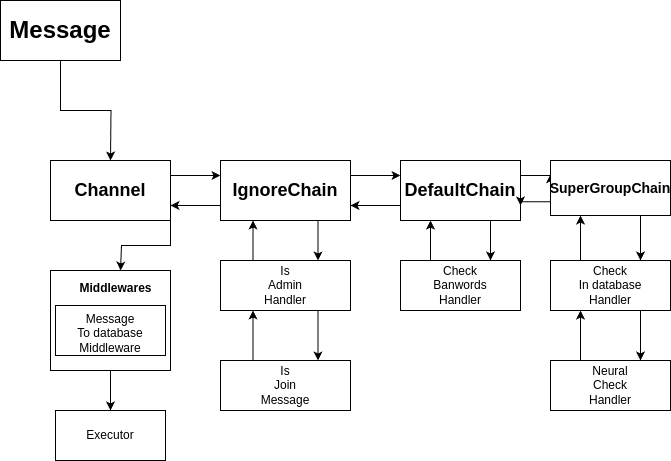
Before: architecture.drawio.png, a diagram exported from draw.io (Justiks1337/1ChatsDefender). Source tidied: cells renumbered, new cells last; positions are measured from the earlier drawing's top-left corner, leaving out a move shared by most shapes. Its diagram source:
```xml
<mxGraphModel>
  <root>
    <mxCell id="0" />
    <mxCell id="1" parent="0" />
    <mxCell id="2" style="edgeStyle=orthogonalEdgeStyle;rounded=0;jettySize=auto;html=1;exitX=0.5;exitY=1;exitDx=0;exitDy=0;" parent="1" edge="1" source="3">
      <mxGeometry relative="1" as="geometry">
        <mxPoint x="110" y="160" as="targetPoint" />
      </mxGeometry>
    </mxCell>
    <mxCell id="3" value="&lt;font style=&quot;font-size: 24px;&quot;&gt;&lt;b&gt;Message&lt;/b&gt;&lt;/font&gt;" style="rounded=0;whiteSpace=wrap;html=1;" parent="1" vertex="1">
      <mxGeometry width="120" height="60" as="geometry" />
    </mxCell>
    <mxCell id="4" style="edgeStyle=orthogonalEdgeStyle;rounded=0;jettySize=auto;html=1;exitX=1;exitY=0.25;exitDx=0;exitDy=0;entryX=0;entryY=0.25;entryDx=0;entryDy=0;" parent="1" edge="1" source="6" target="16">
      <mxGeometry relative="1" as="geometry" />
    </mxCell>
    <mxCell id="5" style="edgeStyle=orthogonalEdgeStyle;rounded=0;jettySize=auto;html=1;exitX=1;exitY=1;exitDx=0;exitDy=0;" parent="1" edge="1" source="6">
      <mxGeometry relative="1" as="geometry">
        <mxPoint x="120" y="270" as="targetPoint" />
        <Array as="points">
          <mxPoint x="170" y="245" />
          <mxPoint x="121" y="245" />
        </Array>
      </mxGeometry>
    </mxCell>
    <mxCell id="6" value="&lt;font style=&quot;font-size: 18px;&quot;&gt;&lt;b&gt;Channel&lt;/b&gt;&lt;/font&gt;" style="rounded=0;whiteSpace=wrap;html=1;" parent="1" vertex="1">
      <mxGeometry x="50" y="160" width="120" height="60" as="geometry" />
    </mxCell>
    <mxCell id="7" style="edgeStyle=orthogonalEdgeStyle;rounded=0;jettySize=auto;html=1;exitX=0.75;exitY=1;exitDx=0;exitDy=0;entryX=0.75;entryY=0;entryDx=0;entryDy=0;" parent="1" edge="1" source="10" target="12">
      <mxGeometry relative="1" as="geometry" />
    </mxCell>
    <mxCell id="8" style="edgeStyle=orthogonalEdgeStyle;rounded=0;jettySize=auto;html=1;exitX=0;exitY=0.75;exitDx=0;exitDy=0;entryX=1;entryY=0.75;entryDx=0;entryDy=0;" parent="1" edge="1" source="10" target="16">
      <mxGeometry relative="1" as="geometry" />
    </mxCell>
    <mxCell id="9" style="edgeStyle=orthogonalEdgeStyle;rounded=0;jettySize=auto;html=1;exitX=1;exitY=0.25;exitDx=0;exitDy=0;entryX=0;entryY=0.25;entryDx=0;entryDy=0;" parent="1" edge="1" source="10" target="24">
      <mxGeometry relative="1" as="geometry" />
    </mxCell>
    <mxCell id="10" value="&lt;font style=&quot;font-size: 18px;&quot;&gt;&lt;b&gt;DefaultChain&lt;/b&gt;&lt;/font&gt;" style="rounded=0;whiteSpace=wrap;html=1;" parent="1" vertex="1">
      <mxGeometry x="400" y="160" width="120" height="60" as="geometry" />
    </mxCell>
    <mxCell id="11" style="edgeStyle=orthogonalEdgeStyle;rounded=0;jettySize=auto;html=1;exitX=0.25;exitY=0;exitDx=0;exitDy=0;entryX=0.25;entryY=1;entryDx=0;entryDy=0;" parent="1" edge="1" source="12" target="10">
      <mxGeometry relative="1" as="geometry" />
    </mxCell>
    <mxCell id="12" value="Check&lt;div&gt;Banwords&lt;/div&gt;&lt;div&gt;Handler&lt;/div&gt;" style="html=1;whiteSpace=wrap;" parent="1" vertex="1">
      <mxGeometry x="400" y="260" width="120" height="50" as="geometry" />
    </mxCell>
    <mxCell id="13" style="edgeStyle=orthogonalEdgeStyle;rounded=0;jettySize=auto;html=1;exitX=0.75;exitY=1;exitDx=0;exitDy=0;entryX=0.75;entryY=0;entryDx=0;entryDy=0;" parent="1" edge="1" source="16" target="19">
      <mxGeometry relative="1" as="geometry" />
    </mxCell>
    <mxCell id="14" style="edgeStyle=orthogonalEdgeStyle;rounded=0;jettySize=auto;html=1;exitX=1;exitY=0.25;exitDx=0;exitDy=0;entryX=0;entryY=0.25;entryDx=0;entryDy=0;" parent="1" edge="1" source="16" target="10">
      <mxGeometry relative="1" as="geometry" />
    </mxCell>
    <mxCell id="15" style="edgeStyle=orthogonalEdgeStyle;rounded=0;jettySize=auto;html=1;exitX=0;exitY=0.75;exitDx=0;exitDy=0;entryX=1;entryY=0.75;entryDx=0;entryDy=0;" parent="1" edge="1" source="16" target="6">
      <mxGeometry relative="1" as="geometry" />
    </mxCell>
    <mxCell id="16" value="&lt;b&gt;&lt;font style=&quot;font-size: 18px;&quot;&gt;IgnoreChain&lt;/font&gt;&lt;/b&gt;" style="html=1;whiteSpace=wrap;" parent="1" vertex="1">
      <mxGeometry x="220" y="160" width="130" height="60" as="geometry" />
    </mxCell>
    <mxCell id="17" style="edgeStyle=orthogonalEdgeStyle;rounded=0;jettySize=auto;html=1;exitX=0.75;exitY=1;exitDx=0;exitDy=0;entryX=0.75;entryY=0;entryDx=0;entryDy=0;" parent="1" edge="1" source="19" target="21">
      <mxGeometry relative="1" as="geometry" />
    </mxCell>
    <mxCell id="18" style="edgeStyle=orthogonalEdgeStyle;rounded=0;jettySize=auto;html=1;exitX=0.25;exitY=0;exitDx=0;exitDy=0;entryX=0.25;entryY=1;entryDx=0;entryDy=0;" parent="1" edge="1" source="19" target="16">
      <mxGeometry relative="1" as="geometry" />
    </mxCell>
    <mxCell id="19" value="Is&lt;br&gt;Admin&lt;br&gt;Handler" style="html=1;whiteSpace=wrap;" parent="1" vertex="1">
      <mxGeometry x="220" y="260" width="130" height="50" as="geometry" />
    </mxCell>
    <mxCell id="20" style="edgeStyle=orthogonalEdgeStyle;rounded=0;jettySize=auto;html=1;exitX=0.25;exitY=0;exitDx=0;exitDy=0;entryX=0.25;entryY=1;entryDx=0;entryDy=0;" parent="1" edge="1" source="21" target="19">
      <mxGeometry relative="1" as="geometry" />
    </mxCell>
    <mxCell id="21" value="Is&lt;br&gt;Join&lt;br&gt;Message" style="html=1;whiteSpace=wrap;" parent="1" vertex="1">
      <mxGeometry x="220" y="360" width="130" height="50" as="geometry" />
    </mxCell>
    <mxCell id="22" style="edgeStyle=orthogonalEdgeStyle;rounded=0;jettySize=auto;html=1;exitX=0.75;exitY=1;exitDx=0;exitDy=0;entryX=0.75;entryY=0;entryDx=0;entryDy=0;" parent="1" edge="1" source="24" target="27">
      <mxGeometry relative="1" as="geometry" />
    </mxCell>
    <mxCell id="23" style="edgeStyle=orthogonalEdgeStyle;rounded=0;jettySize=auto;html=1;exitX=0;exitY=0.75;exitDx=0;exitDy=0;entryX=1;entryY=0.75;entryDx=0;entryDy=0;" parent="1" edge="1" source="24" target="10">
      <mxGeometry relative="1" as="geometry" />
    </mxCell>
    <mxCell id="24" value="&lt;b&gt;&lt;font style=&quot;font-size: 14px;&quot;&gt;SuperGroupChain&lt;/font&gt;&lt;/b&gt;" style="html=1;whiteSpace=wrap;" parent="1" vertex="1">
      <mxGeometry x="550" y="160" width="120" height="55" as="geometry" />
    </mxCell>
    <mxCell id="25" style="edgeStyle=orthogonalEdgeStyle;rounded=0;jettySize=auto;html=1;exitX=0.75;exitY=1;exitDx=0;exitDy=0;entryX=0.75;entryY=0;entryDx=0;entryDy=0;" parent="1" edge="1" source="27" target="29">
      <mxGeometry relative="1" as="geometry" />
    </mxCell>
    <mxCell id="26" style="edgeStyle=orthogonalEdgeStyle;rounded=0;jettySize=auto;html=1;exitX=0.25;exitY=0;exitDx=0;exitDy=0;entryX=0.25;entryY=1;entryDx=0;entryDy=0;" parent="1" edge="1" source="27" target="24">
      <mxGeometry relative="1" as="geometry" />
    </mxCell>
    <mxCell id="27" value="Check&lt;br&gt;In database&lt;br&gt;Handler" style="html=1;whiteSpace=wrap;" parent="1" vertex="1">
      <mxGeometry x="550" y="260" width="120" height="50" as="geometry" />
    </mxCell>
    <mxCell id="28" style="edgeStyle=orthogonalEdgeStyle;rounded=0;jettySize=auto;html=1;exitX=0.25;exitY=0;exitDx=0;exitDy=0;entryX=0.25;entryY=1;entryDx=0;entryDy=0;" parent="1" edge="1" source="29" target="27">
      <mxGeometry relative="1" as="geometry" />
    </mxCell>
    <mxCell id="29" value="Neural&lt;br&gt;Check&lt;br&gt;Handler" style="html=1;whiteSpace=wrap;" parent="1" vertex="1">
      <mxGeometry x="550" y="360" width="120" height="50" as="geometry" />
    </mxCell>
    <mxCell id="30" style="edgeStyle=orthogonalEdgeStyle;rounded=0;jettySize=auto;html=1;exitX=0.5;exitY=1;exitDx=0;exitDy=0;entryX=0.5;entryY=0;entryDx=0;entryDy=0;" parent="1" edge="1" source="31" target="34">
      <mxGeometry relative="1" as="geometry" />
    </mxCell>
    <mxCell id="31" style="rounded=0;whiteSpace=wrap;html=1;verticalAlign=top;" parent="1" vertex="1">
      <mxGeometry x="50" y="270" width="120" height="100" as="geometry" />
    </mxCell>
    <mxCell id="32" value="Message&lt;br&gt;To database&lt;br&gt;Middleware" style="html=1;whiteSpace=wrap;verticalAlign=top;" parent="1" vertex="1">
      <mxGeometry x="55" y="305" width="110" height="50" as="geometry" />
    </mxCell>
    <mxCell id="33" value="Middlewares" style="text;align=center;fontStyle=1;verticalAlign=top;spacingLeft=3;spacingRight=3;strokeColor=none;html=1;" parent="1" vertex="1">
      <mxGeometry x="75" y="274" width="80" height="26" as="geometry" />
    </mxCell>
    <mxCell id="34" value="Executor" style="html=1;whiteSpace=wrap;" parent="1" vertex="1">
      <mxGeometry x="55" y="410" width="110" height="50" as="geometry" />
    </mxCell>
  </root>
</mxGraphModel>
```
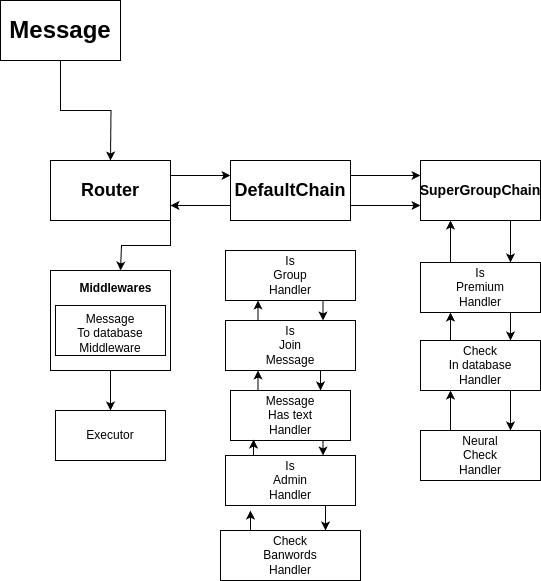
After the change.

Commit message:
update architecture plan

Diff of the diagram source:
```diff
@@ -10,9 +10,6 @@
     <mxCell id="3" value="&lt;font style=&quot;font-size: 24px;&quot;&gt;&lt;b&gt;Message&lt;/b&gt;&lt;/font&gt;" style="rounded=0;whiteSpace=wrap;html=1;" parent="1" vertex="1">
       <mxGeometry width="120" height="60" as="geometry" />
     </mxCell>
-    <mxCell id="4" style="edgeStyle=orthogonalEdgeStyle;rounded=0;jettySize=auto;html=1;exitX=1;exitY=0.25;exitDx=0;exitDy=0;entryX=0;entryY=0.25;entryDx=0;entryDy=0;" parent="1" edge="1" source="6" target="16">
-      <mxGeometry relative="1" as="geometry" />
-    </mxCell>
     <mxCell id="5" style="edgeStyle=orthogonalEdgeStyle;rounded=0;jettySize=auto;html=1;exitX=1;exitY=1;exitDx=0;exitDy=0;" parent="1" edge="1" source="6">
       <mxGeometry relative="1" as="geometry">
         <mxPoint x="120" y="270" as="targetPoint" />
@@ -22,77 +19,62 @@
         </Array>
       </mxGeometry>
     </mxCell>
+    <mxCell id="35" style="edgeStyle=orthogonalEdgeStyle;rounded=0;jettySize=auto;html=1;exitX=1;exitY=0.25;exitDx=0;exitDy=0;entryX=0;entryY=0.25;entryDx=0;entryDy=0;" parent="1" edge="1" source="6" target="10">
+      <mxGeometry relative="1" as="geometry" />
+    </mxCell>
-    <mxCell id="6" value="&lt;font style=&quot;font-size: 18px;&quot;&gt;&lt;b&gt;Channel&lt;/b&gt;&lt;/font&gt;" style="rounded=0;whiteSpace=wrap;html=1;" parent="1" vertex="1">
+    <mxCell id="6" value="&lt;span style=&quot;font-size: 18px;&quot;&gt;&lt;b&gt;Router&lt;/b&gt;&lt;/span&gt;" style="rounded=0;whiteSpace=wrap;html=1;" parent="1" vertex="1">
       <mxGeometry x="50" y="160" width="120" height="60" as="geometry" />
     </mxCell>
-    <mxCell id="7" style="edgeStyle=orthogonalEdgeStyle;rounded=0;jettySize=auto;html=1;exitX=0.75;exitY=1;exitDx=0;exitDy=0;entryX=0.75;entryY=0;entryDx=0;entryDy=0;" parent="1" edge="1" source="10" target="12">
-      <mxGeometry relative="1" as="geometry" />
-    </mxCell>
-    <mxCell id="8" style="edgeStyle=orthogonalEdgeStyle;rounded=0;jettySize=auto;html=1;exitX=0;exitY=0.75;exitDx=0;exitDy=0;entryX=1;entryY=0.75;entryDx=0;entryDy=0;" parent="1" edge="1" source="10" target="16">
-      <mxGeometry relative="1" as="geometry" />
-    </mxCell>
-    <mxCell id="9" style="edgeStyle=orthogonalEdgeStyle;rounded=0;jettySize=auto;html=1;exitX=1;exitY=0.25;exitDx=0;exitDy=0;entryX=0;entryY=0.25;entryDx=0;entryDy=0;" parent="1" edge="1" source="10" target="24">
-      <mxGeometry relative="1" as="geometry" />
-    </mxCell>
+    <mxCell id="36" style="edgeStyle=orthogonalEdgeStyle;rounded=0;jettySize=auto;html=1;exitX=0;exitY=0.75;exitDx=0;exitDy=0;entryX=1;entryY=0.75;entryDx=0;entryDy=0;" parent="1" edge="1" source="10" target="6">
+      <mxGeometry relative="1" as="geometry" />
+    </mxCell>
+    <mxCell id="37" style="edgeStyle=orthogonalEdgeStyle;rounded=0;jettySize=auto;html=1;exitX=1;exitY=0.25;exitDx=0;exitDy=0;entryX=0;entryY=0.25;entryDx=0;entryDy=0;" parent="1" edge="1" source="10" target="24">
+      <mxGeometry relative="1" as="geometry" />
+    </mxCell>
+    <mxCell id="38" style="edgeStyle=orthogonalEdgeStyle;rounded=0;jettySize=auto;html=1;exitX=1;exitY=0.75;exitDx=0;exitDy=0;entryX=0;entryY=0.75;entryDx=0;entryDy=0;" parent="1" edge="1" source="10" target="24">
+      <mxGeometry relative="1" as="geometry" />
+    </mxCell>
     <mxCell id="10" value="&lt;font style=&quot;font-size: 18px;&quot;&gt;&lt;b&gt;DefaultChain&lt;/b&gt;&lt;/font&gt;" style="rounded=0;whiteSpace=wrap;html=1;" parent="1" vertex="1">
-      <mxGeometry x="400" y="160" width="120" height="60" as="geometry" />
+      <mxGeometry x="230" y="160" width="120" height="60" as="geometry" />
     </mxCell>
-    <mxCell id="11" style="edgeStyle=orthogonalEdgeStyle;rounded=0;jettySize=auto;html=1;exitX=0.25;exitY=0;exitDx=0;exitDy=0;entryX=0.25;entryY=1;entryDx=0;entryDy=0;" parent="1" edge="1" source="12" target="10">
-      <mxGeometry relative="1" as="geometry" />
-    </mxCell>
     <mxCell id="12" value="Check&lt;div&gt;Banwords&lt;/div&gt;&lt;div&gt;Handler&lt;/div&gt;" style="html=1;whiteSpace=wrap;" parent="1" vertex="1">
-      <mxGeometry x="400" y="260" width="120" height="50" as="geometry" />
+      <mxGeometry x="220" y="530" width="140" height="50" as="geometry" />
     </mxCell>
-    <mxCell id="13" style="edgeStyle=orthogonalEdgeStyle;rounded=0;jettySize=auto;html=1;exitX=0.75;exitY=1;exitDx=0;exitDy=0;entryX=0.75;entryY=0;entryDx=0;entryDy=0;" parent="1" edge="1" source="16" target="19">
-      <mxGeometry relative="1" as="geometry" />
-    </mxCell>
-    <mxCell id="14" style="edgeStyle=orthogonalEdgeStyle;rounded=0;jettySize=auto;html=1;exitX=1;exitY=0.25;exitDx=0;exitDy=0;entryX=0;entryY=0.25;entryDx=0;entryDy=0;" parent="1" edge="1" source="16" target="10">
-      <mxGeometry relative="1" as="geometry" />
-    </mxCell>
-    <mxCell id="15" style="edgeStyle=orthogonalEdgeStyle;rounded=0;jettySize=auto;html=1;exitX=0;exitY=0.75;exitDx=0;exitDy=0;entryX=1;entryY=0.75;entryDx=0;entryDy=0;" parent="1" edge="1" source="16" target="6">
-      <mxGeometry relative="1" as="geometry" />
-    </mxCell>
-    <mxCell id="16" value="&lt;b&gt;&lt;font style=&quot;font-size: 18px;&quot;&gt;IgnoreChain&lt;/font&gt;&lt;/b&gt;" style="html=1;whiteSpace=wrap;" parent="1" vertex="1">
-      <mxGeometry x="220" y="160" width="130" height="60" as="geometry" />
-    </mxCell>
-    <mxCell id="17" style="edgeStyle=orthogonalEdgeStyle;rounded=0;jettySize=auto;html=1;exitX=0.75;exitY=1;exitDx=0;exitDy=0;entryX=0.75;entryY=0;entryDx=0;entryDy=0;" parent="1" edge="1" source="19" target="21">
-      <mxGeometry relative="1" as="geometry" />
-    </mxCell>
-    <mxCell id="18" style="edgeStyle=orthogonalEdgeStyle;rounded=0;jettySize=auto;html=1;exitX=0.25;exitY=0;exitDx=0;exitDy=0;entryX=0.25;entryY=1;entryDx=0;entryDy=0;" parent="1" edge="1" source="19" target="16">
-      <mxGeometry relative="1" as="geometry" />
-    </mxCell>
+    <mxCell id="39" style="edgeStyle=orthogonalEdgeStyle;rounded=0;jettySize=auto;html=1;exitX=0.75;exitY=1;exitDx=0;exitDy=0;entryX=0.75;entryY=0;entryDx=0;entryDy=0;" parent="1" edge="1" source="19" target="12">
+      <mxGeometry relative="1" as="geometry" />
+    </mxCell>
     <mxCell id="19" value="Is&lt;br&gt;Admin&lt;br&gt;Handler" style="html=1;whiteSpace=wrap;" parent="1" vertex="1">
-      <mxGeometry x="220" y="260" width="130" height="50" as="geometry" />
+      <mxGeometry x="225" y="455" width="130" height="50" as="geometry" />
     </mxCell>
-    <mxCell id="20" style="edgeStyle=orthogonalEdgeStyle;rounded=0;jettySize=auto;html=1;exitX=0.25;exitY=0;exitDx=0;exitDy=0;entryX=0.25;entryY=1;entryDx=0;entryDy=0;" parent="1" edge="1" source="21" target="19">
-      <mxGeometry relative="1" as="geometry" />
-    </mxCell>
+    <mxCell id="40" style="edgeStyle=orthogonalEdgeStyle;rounded=0;jettySize=auto;html=1;exitX=0.25;exitY=0;exitDx=0;exitDy=0;entryX=0.25;entryY=1;entryDx=0;entryDy=0;" parent="1" edge="1" source="21" target="45">
+      <mxGeometry relative="1" as="geometry" />
+    </mxCell>
+    <mxCell id="41" style="edgeStyle=orthogonalEdgeStyle;rounded=0;jettySize=auto;html=1;exitX=0.75;exitY=1;exitDx=0;exitDy=0;entryX=0.75;entryY=0;entryDx=0;entryDy=0;" parent="1" edge="1" source="21" target="48">
+      <mxGeometry relative="1" as="geometry" />
+    </mxCell>
     <mxCell id="21" value="Is&lt;br&gt;Join&lt;br&gt;Message" style="html=1;whiteSpace=wrap;" parent="1" vertex="1">
-      <mxGeometry x="220" y="360" width="130" height="50" as="geometry" />
+      <mxGeometry x="225" y="320" width="130" height="50" as="geometry" />
     </mxCell>
-    <mxCell id="22" style="edgeStyle=orthogonalEdgeStyle;rounded=0;jettySize=auto;html=1;exitX=0.75;exitY=1;exitDx=0;exitDy=0;entryX=0.75;entryY=0;entryDx=0;entryDy=0;" parent="1" edge="1" source="24" target="27">
-      <mxGeometry relative="1" as="geometry" />
-    </mxCell>
-    <mxCell id="23" style="edgeStyle=orthogonalEdgeStyle;rounded=0;jettySize=auto;html=1;exitX=0;exitY=0.75;exitDx=0;exitDy=0;entryX=1;entryY=0.75;entryDx=0;entryDy=0;" parent="1" edge="1" source="24" target="10">
-      <mxGeometry relative="1" as="geometry" />
-    </mxCell>
+    <mxCell id="42" style="edgeStyle=orthogonalEdgeStyle;rounded=0;jettySize=auto;html=1;exitX=0.75;exitY=1;exitDx=0;exitDy=0;entryX=0.75;entryY=0;entryDx=0;entryDy=0;" parent="1" edge="1" source="24" target="53">
+      <mxGeometry relative="1" as="geometry" />
+    </mxCell>
     <mxCell id="24" value="&lt;b&gt;&lt;font style=&quot;font-size: 14px;&quot;&gt;SuperGroupChain&lt;/font&gt;&lt;/b&gt;" style="html=1;whiteSpace=wrap;" parent="1" vertex="1">
-      <mxGeometry x="550" y="160" width="120" height="55" as="geometry" />
+      <mxGeometry x="420" y="160" width="120" height="60" as="geometry" />
     </mxCell>
     <mxCell id="25" style="edgeStyle=orthogonalEdgeStyle;rounded=0;jettySize=auto;html=1;exitX=0.75;exitY=1;exitDx=0;exitDy=0;entryX=0.75;entryY=0;entryDx=0;entryDy=0;" parent="1" edge="1" source="27" target="29">
       <mxGeometry relative="1" as="geometry" />
     </mxCell>
-    <mxCell id="26" style="edgeStyle=orthogonalEdgeStyle;rounded=0;jettySize=auto;html=1;exitX=0.25;exitY=0;exitDx=0;exitDy=0;entryX=0.25;entryY=1;entryDx=0;entryDy=0;" parent="1" edge="1" source="27" target="24">
-      <mxGeometry relative="1" as="geometry" />
-    </mxCell>
+    <mxCell id="43" style="edgeStyle=orthogonalEdgeStyle;rounded=0;jettySize=auto;html=1;exitX=0.25;exitY=0;exitDx=0;exitDy=0;entryX=0.25;entryY=1;entryDx=0;entryDy=0;" parent="1" edge="1" source="27" target="53">
+      <mxGeometry relative="1" as="geometry" />
+    </mxCell>
     <mxCell id="27" value="Check&lt;br&gt;In database&lt;br&gt;Handler" style="html=1;whiteSpace=wrap;" parent="1" vertex="1">
-      <mxGeometry x="550" y="260" width="120" height="50" as="geometry" />
+      <mxGeometry x="420" y="340" width="120" height="50" as="geometry" />
     </mxCell>
     <mxCell id="28" style="edgeStyle=orthogonalEdgeStyle;rounded=0;jettySize=auto;html=1;exitX=0.25;exitY=0;exitDx=0;exitDy=0;entryX=0.25;entryY=1;entryDx=0;entryDy=0;" parent="1" edge="1" source="29" target="27">
       <mxGeometry relative="1" as="geometry" />
     </mxCell>
     <mxCell id="29" value="Neural&lt;br&gt;Check&lt;br&gt;Handler" style="html=1;whiteSpace=wrap;" parent="1" vertex="1">
-      <mxGeometry x="550" y="360" width="120" height="50" as="geometry" />
+      <mxGeometry x="420" y="430" width="120" height="50" as="geometry" />
     </mxCell>
     <mxCell id="30" style="edgeStyle=orthogonalEdgeStyle;rounded=0;jettySize=auto;html=1;exitX=0.5;exitY=1;exitDx=0;exitDy=0;entryX=0.5;entryY=0;entryDx=0;entryDy=0;" parent="1" edge="1" source="31" target="34">
       <mxGeometry relative="1" as="geometry" />
@@ -109,5 +91,35 @@
     <mxCell id="34" value="Executor" style="html=1;whiteSpace=wrap;" parent="1" vertex="1">
       <mxGeometry x="55" y="410" width="110" height="50" as="geometry" />
     </mxCell>
+    <mxCell id="44" style="edgeStyle=orthogonalEdgeStyle;rounded=0;jettySize=auto;html=1;exitX=0.75;exitY=1;exitDx=0;exitDy=0;entryX=0.75;entryY=0;entryDx=0;entryDy=0;" parent="1" edge="1" source="45" target="21">
+      <mxGeometry relative="1" as="geometry" />
+    </mxCell>
+    <mxCell id="45" value="Is&lt;div&gt;Group&lt;/div&gt;&lt;div&gt;Handler&lt;/div&gt;" style="html=1;whiteSpace=wrap;" parent="1" vertex="1">
+      <mxGeometry x="225" y="250" width="130" height="50" as="geometry" />
+    </mxCell>
+    <mxCell id="46" style="edgeStyle=orthogonalEdgeStyle;rounded=0;jettySize=auto;html=1;exitX=0.25;exitY=0;exitDx=0;exitDy=0;entryX=0.25;entryY=1;entryDx=0;entryDy=0;" parent="1" edge="1" source="48" target="21">
+      <mxGeometry relative="1" as="geometry" />
+    </mxCell>
+    <mxCell id="47" style="edgeStyle=orthogonalEdgeStyle;rounded=0;jettySize=auto;html=1;exitX=0.75;exitY=1;exitDx=0;exitDy=0;entryX=0.75;entryY=0;entryDx=0;entryDy=0;" parent="1" edge="1" source="48" target="19">
+      <mxGeometry relative="1" as="geometry" />
+    </mxCell>
+    <mxCell id="48" value="Message&lt;div&gt;Has text&lt;br&gt;Handler&lt;/div&gt;" style="html=1;whiteSpace=wrap;" parent="1" vertex="1">
+      <mxGeometry x="230" y="390" width="120" height="50" as="geometry" />
+    </mxCell>
+    <mxCell id="49" style="edgeStyle=orthogonalEdgeStyle;rounded=0;jettySize=auto;html=1;exitX=0.25;exitY=0;exitDx=0;exitDy=0;entryX=0.192;entryY=1.1;entryDx=0;entryDy=0;entryPerimeter=0;" parent="1" edge="1" source="12" target="19">
+      <mxGeometry relative="1" as="geometry" />
+    </mxCell>
+    <mxCell id="50" style="edgeStyle=orthogonalEdgeStyle;rounded=0;jettySize=auto;html=1;exitX=0.25;exitY=0;exitDx=0;exitDy=0;entryX=0.192;entryY=0.98;entryDx=0;entryDy=0;entryPerimeter=0;" parent="1" edge="1" source="19" target="48">
+      <mxGeometry relative="1" as="geometry" />
+    </mxCell>
+    <mxCell id="51" style="edgeStyle=orthogonalEdgeStyle;rounded=0;jettySize=auto;html=1;exitX=0.75;exitY=1;exitDx=0;exitDy=0;entryX=0.75;entryY=0;entryDx=0;entryDy=0;" parent="1" edge="1" source="53" target="27">
+      <mxGeometry relative="1" as="geometry" />
+    </mxCell>
+    <mxCell id="52" style="edgeStyle=orthogonalEdgeStyle;rounded=0;jettySize=auto;html=1;exitX=0.25;exitY=0;exitDx=0;exitDy=0;entryX=0.25;entryY=1;entryDx=0;entryDy=0;" parent="1" edge="1" source="53" target="24">
+      <mxGeometry relative="1" as="geometry" />
+    </mxCell>
+    <mxCell id="53" value="Is&lt;div&gt;Premium&lt;br&gt;Handler&lt;/div&gt;" style="html=1;whiteSpace=wrap;" parent="1" vertex="1">
+      <mxGeometry x="420" y="262" width="120" height="50" as="geometry" />
+    </mxCell>
   </root>
 </mxGraphModel>
```
